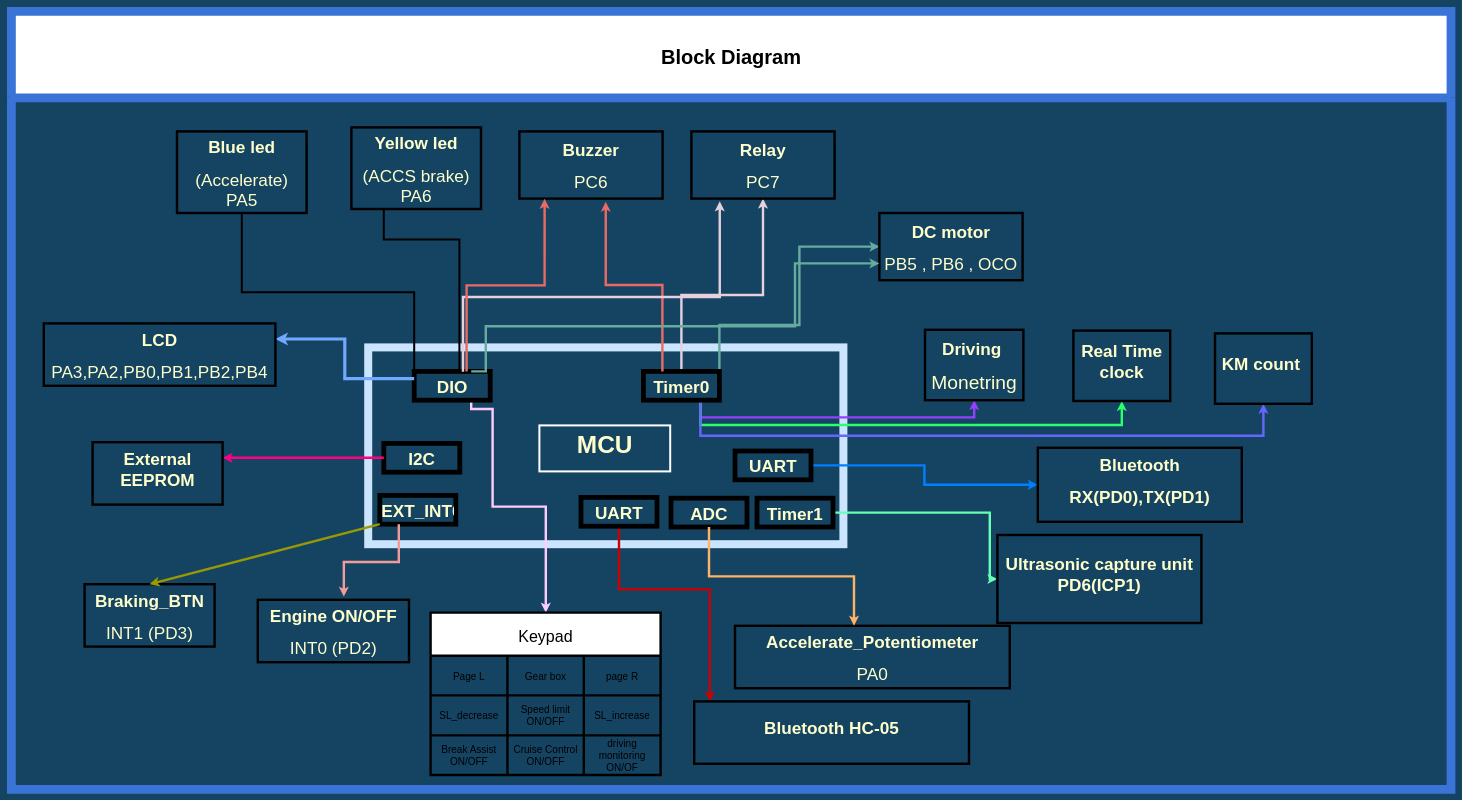
Above: BlockDiagram.drawio in HESHAM47GAMAL/ADAS_Bluetooth_Car_system (draw.io), before the change. Source tidied: cells renumbered, new cells numbered last; positions are measured from the earlier drawing's top-left corner, leaving out a move shared by most shapes. Both pictures are drawn from the tidied source at 40%, with x=0, y=0 at pixel (11, 11).
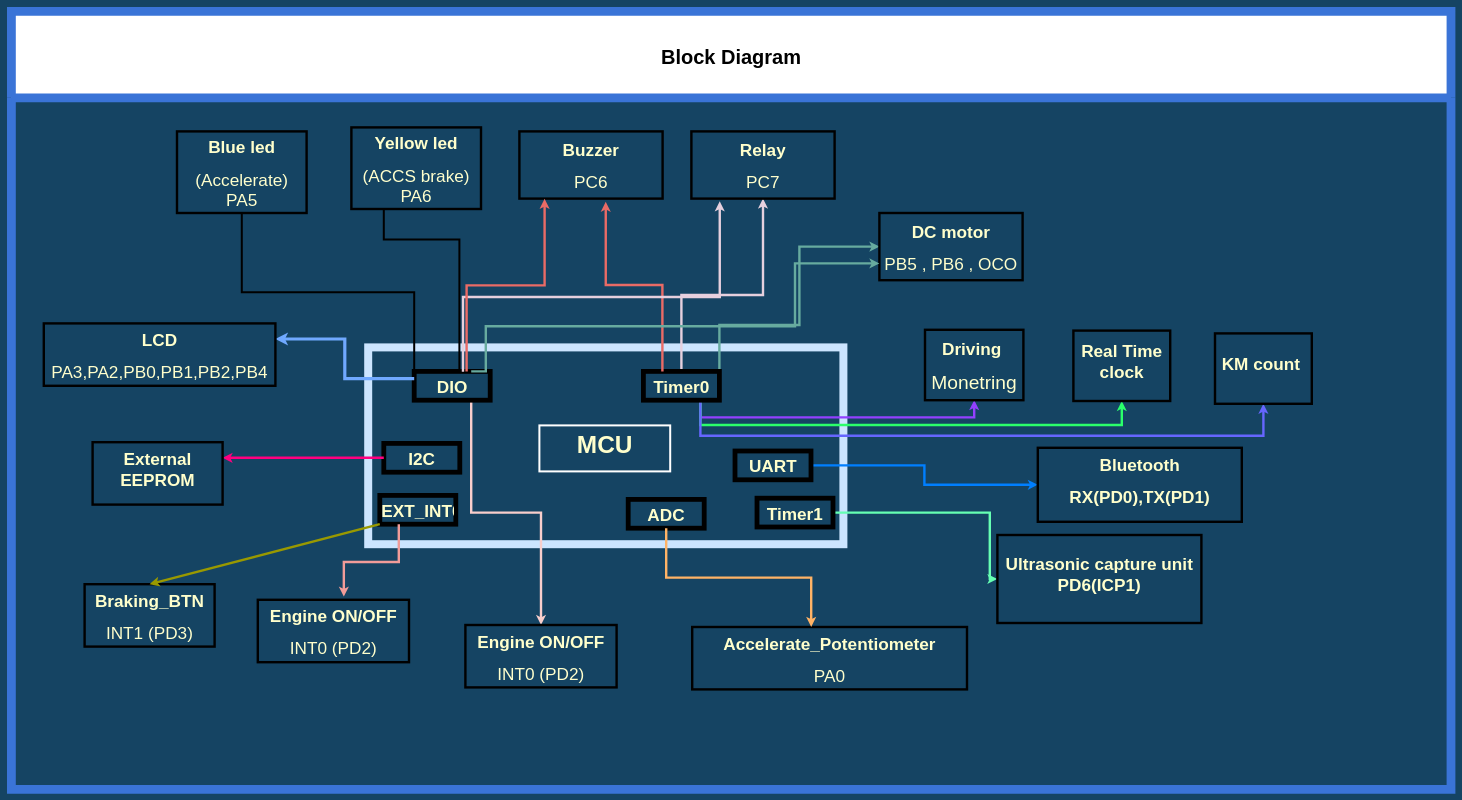
Above is the later version.

Unchanged cells that the change refers to:
```xml
<mxCell id="2" value="Block Diagram" style="swimlane;startSize=216;fontSize=50;strokeColor=#3A74D7;strokeWidth=22;" parent="1" vertex="1">
  <mxGeometry width="3599" height="1945" as="geometry" />
</mxCell>
<mxCell id="6" value="&lt;h1 style=&quot;font-size: 43px;&quot;&gt;&lt;font color=&quot;#ffffcc&quot;&gt;DIO&lt;/font&gt;&lt;/h1&gt;" style="text;html=1;spacing=5;spacingTop=-20;whiteSpace=wrap;overflow=hidden;rounded=0;align=center;verticalAlign=middle;strokeColor=default;strokeWidth=12;" parent="2" vertex="1">
  <mxGeometry x="1007" y="900" width="190" height="72" as="geometry" />
</mxCell>
```

What changed in the source:
```diff
@@
-    <mxCell id="5" style="edgeStyle=orthogonalEdgeStyle;rounded=0;jettySize=auto;html=1;exitX=0.75;exitY=1;exitDx=0;exitDy=0;strokeWidth=6;strokeColor=#FFCCFF;" parent="2" edge="1" source="6" target="40">
-      <mxGeometry relative="1" as="geometry">
-        <Array as="points">
-          <mxPoint x="1150" y="994" />
-          <mxPoint x="1203" y="994" />
-          <mxPoint x="1203" y="1238" />
-          <mxPoint x="1336" y="1238" />
-        </Array>
-      </mxGeometry>
-    </mxCell>
+    <mxCell id="62" style="edgeStyle=orthogonalEdgeStyle;rounded=0;jettySize=auto;html=1;exitX=0.75;exitY=1;exitDx=0;exitDy=0;strokeWidth=6;strokeColor=#F8CECC;" parent="2" edge="1" source="6" target="63">
+      <mxGeometry relative="1" as="geometry" />
+    </mxCell>
@@
     <mxCell id="23" value="&lt;h1 style=&quot;font-size: 43px;&quot;&gt;&lt;font color=&quot;#ffffcc&quot;&gt;ADC&lt;/font&gt;&lt;/h1&gt;" style="text;html=1;spacing=5;spacingTop=-20;whiteSpace=wrap;overflow=hidden;rounded=0;align=center;verticalAlign=middle;strokeColor=default;strokeWidth=12;" parent="2" vertex="1">
-      <mxGeometry x="1649" y="1217" width="190" height="72" as="geometry" />
+      <mxGeometry x="1542" y="1220" width="190" height="72" as="geometry" />
     </mxCell>
@@
     <mxCell id="38" value="&lt;h1 style=&quot;font-size: 43px;&quot;&gt;&lt;font color=&quot;#ffffcc&quot;&gt;Accelerate_Potentiometer&lt;/font&gt;&lt;/h1&gt;&lt;div style=&quot;font-size: 43px;&quot;&gt;&lt;font style=&quot;font-size: 43px;&quot; color=&quot;#ffffcc&quot;&gt;PA0&lt;/font&gt;&lt;/div&gt;" style="text;html=1;spacing=5;spacingTop=-20;whiteSpace=wrap;overflow=hidden;rounded=0;align=center;verticalAlign=middle;strokeColor=#000000;strokeWidth=6;" parent="2" vertex="1">
-      <mxGeometry x="1809" y="1536" width="687" height="156" as="geometry" />
+      <mxGeometry x="1702" y="1539" width="687" height="156" as="geometry" />
     </mxCell>
@@
-    <mxCell id="40" value="Keypad" style="shape=table;startSize=108;childLayout=tableLayout;strokeColor=default;fontSize=40;strokeWidth=6;" parent="2" vertex="1">
-      <mxGeometry x="1048" y="1503" width="575" height="406" as="geometry" />
-    </mxCell>
-    <mxCell id="41" style="shape=tableRow;horizontal=0;startSize=0;swimlaneHead=0;swimlaneBody=0;strokeColor=inherit;top=0;left=0;bottom=0;right=0;fillColor=none;fontSize=16;" parent="40" vertex="1">
-      <mxGeometry y="108" width="575" height="99" as="geometry" />
-    </mxCell>
-    <mxCell id="42" value="&lt;font style=&quot;font-size: 25px;&quot;&gt;Page L&lt;/font&gt;" style="shape=partialRectangle;html=1;whiteSpace=wrap;strokeColor=inherit;overflow=hidden;fillColor=none;top=0;left=0;bottom=0;right=0;fontSize=16;" parent="41" vertex="1">
-      <mxGeometry width="192" height="99" as="geometry" />
-    </mxCell>
-    <mxCell id="43" value="Gear box" style="shape=partialRectangle;html=1;whiteSpace=wrap;strokeColor=inherit;overflow=hidden;fillColor=none;top=0;left=0;bottom=0;right=0;fontSize=25;" parent="41" vertex="1">
-      <mxGeometry x="192" width="191" height="99" as="geometry" />
-    </mxCell>
-    <mxCell id="44" value="&lt;font style=&quot;font-size: 25px;&quot;&gt;page R&lt;/font&gt;" style="shape=partialRectangle;html=1;whiteSpace=wrap;strokeColor=inherit;overflow=hidden;fillColor=none;top=0;left=0;bottom=0;right=0;fontSize=16;" parent="41" vertex="1">
-      <mxGeometry x="383" width="192" height="99" as="geometry" />
-    </mxCell>
-    <mxCell id="45" style="shape=tableRow;horizontal=0;startSize=0;swimlaneHead=0;swimlaneBody=0;strokeColor=inherit;top=0;left=0;bottom=0;right=0;fillColor=none;fontSize=16;" parent="40" vertex="1">
-      <mxGeometry y="207" width="575" height="100" as="geometry" />
-    </mxCell>
-    <mxCell id="46" value="&lt;font style=&quot;font-size: 25px;&quot;&gt;SL_decrease&lt;/font&gt;" style="shape=partialRectangle;html=1;whiteSpace=wrap;strokeColor=inherit;overflow=hidden;fillColor=none;top=0;left=0;bottom=0;right=0;fontSize=16;" parent="45" vertex="1">
-      <mxGeometry width="192" height="100" as="geometry" />
-    </mxCell>
-    <mxCell id="47" value="&lt;font style=&quot;font-size: 25px;&quot;&gt;Speed limit&lt;/font&gt;&lt;div style=&quot;font-size: 25px;&quot;&gt;&lt;font style=&quot;font-size: 25px;&quot;&gt;ON/OFF&lt;/font&gt;&lt;/div&gt;" style="shape=partialRectangle;html=1;whiteSpace=wrap;strokeColor=inherit;overflow=hidden;fillColor=none;top=0;left=0;bottom=0;right=0;fontSize=16;" parent="45" vertex="1">
-      <mxGeometry x="192" width="191" height="100" as="geometry" />
-    </mxCell>
-    <mxCell id="48" value="&lt;font style=&quot;font-size: 25px;&quot;&gt;SL_increase&lt;/font&gt;" style="shape=partialRectangle;html=1;whiteSpace=wrap;strokeColor=inherit;overflow=hidden;fillColor=none;top=0;left=0;bottom=0;right=0;fontSize=16;" parent="45" vertex="1">
-      <mxGeometry x="383" width="192" height="100" as="geometry" />
-    </mxCell>
-    <mxCell id="49" style="shape=tableRow;horizontal=0;startSize=0;swimlaneHead=0;swimlaneBody=0;strokeColor=inherit;top=0;left=0;bottom=0;right=0;fillColor=none;fontSize=16;" parent="40" vertex="1">
-      <mxGeometry y="307" width="575" height="99" as="geometry" />
-    </mxCell>
-    <mxCell id="50" value="&lt;font style=&quot;font-size: 25px;&quot;&gt;Break Assist&lt;/font&gt;&lt;div style=&quot;font-size: 25px;&quot;&gt;&lt;font style=&quot;font-size: 25px;&quot;&gt;ON/OFF&lt;/font&gt;&lt;/div&gt;" style="shape=partialRectangle;html=1;whiteSpace=wrap;strokeColor=inherit;overflow=hidden;fillColor=none;top=0;left=0;bottom=0;right=0;fontSize=16;" parent="49" vertex="1">
-      <mxGeometry width="192" height="99" as="geometry" />
-    </mxCell>
-    <mxCell id="51" value="&lt;font style=&quot;font-size: 25px;&quot;&gt;Cruise Control&lt;/font&gt;&lt;div style=&quot;font-size: 25px;&quot;&gt;&lt;font style=&quot;font-size: 25px;&quot;&gt;ON/OFF&lt;/font&gt;&lt;/div&gt;" style="shape=partialRectangle;html=1;whiteSpace=wrap;strokeColor=inherit;overflow=hidden;fillColor=none;top=0;left=0;bottom=0;right=0;fontSize=16;" parent="49" vertex="1">
-      <mxGeometry x="192" width="191" height="99" as="geometry" />
-    </mxCell>
-    <mxCell id="52" value="&lt;font style=&quot;font-size: 25px;&quot;&gt;driving monitoring&lt;/font&gt;&lt;div style=&quot;font-size: 25px;&quot;&gt;&lt;font style=&quot;font-size: 25px;&quot;&gt;ON/OF&lt;/font&gt;&lt;/div&gt;" style="shape=partialRectangle;html=1;whiteSpace=wrap;strokeColor=inherit;overflow=hidden;fillColor=none;top=0;left=0;bottom=0;right=0;fontSize=16;" parent="49" vertex="1">
-      <mxGeometry x="383" width="192" height="99" as="geometry" />
-    </mxCell>
@@
-    <mxCell id="54" style="edgeStyle=orthogonalEdgeStyle;rounded=0;jettySize=auto;html=1;exitX=0.5;exitY=1;exitDx=0;exitDy=0;strokeWidth=6;strokeColor=#CC0000;" parent="2" edge="1" source="55" target="56">
-      <mxGeometry relative="1" as="geometry">
-        <Array as="points">
-          <mxPoint x="1519" y="1445" />
-          <mxPoint x="1746" y="1445" />
-        </Array>
-      </mxGeometry>
-    </mxCell>
-    <mxCell id="55" value="&lt;h1 style=&quot;font-size: 43px;&quot;&gt;&lt;font color=&quot;#ffffcc&quot;&gt;UART&lt;/font&gt;&lt;/h1&gt;" style="text;html=1;spacing=5;spacingTop=-20;whiteSpace=wrap;overflow=hidden;rounded=0;align=center;verticalAlign=middle;strokeColor=default;strokeWidth=12;" parent="2" vertex="1">
-      <mxGeometry x="1424" y="1215" width="190" height="72" as="geometry" />
-    </mxCell>
-    <mxCell id="56" value="&lt;h1 style=&quot;font-size: 43px;&quot;&gt;&lt;font color=&quot;#ffffcc&quot;&gt;Bluetooth HC-05&lt;/font&gt;&lt;/h1&gt;" style="text;html=1;spacing=5;spacingTop=-20;whiteSpace=wrap;overflow=hidden;rounded=0;align=center;verticalAlign=middle;strokeColor=#000000;strokeWidth=6;" parent="2" vertex="1">
-      <mxGeometry x="1707" y="1725" width="687" height="156" as="geometry" />
-    </mxCell>
@@
+    <mxCell id="63" value="&lt;h1 style=&quot;font-size: 43px;&quot;&gt;&lt;font color=&quot;#ffffcc&quot;&gt;Engine ON/OFF&lt;/font&gt;&lt;/h1&gt;&lt;div style=&quot;font-size: 43px;&quot;&gt;&lt;font style=&quot;font-size: 43px;&quot; color=&quot;#ffffcc&quot;&gt;INT0 (PD2)&lt;/font&gt;&lt;/div&gt;" style="text;html=1;spacing=5;spacingTop=-20;whiteSpace=wrap;overflow=hidden;rounded=0;align=center;verticalAlign=middle;strokeColor=#000000;strokeWidth=6;" parent="2" vertex="1">
+      <mxGeometry x="1135" y="1534" width="378" height="156" as="geometry" />
+    </mxCell>
```
